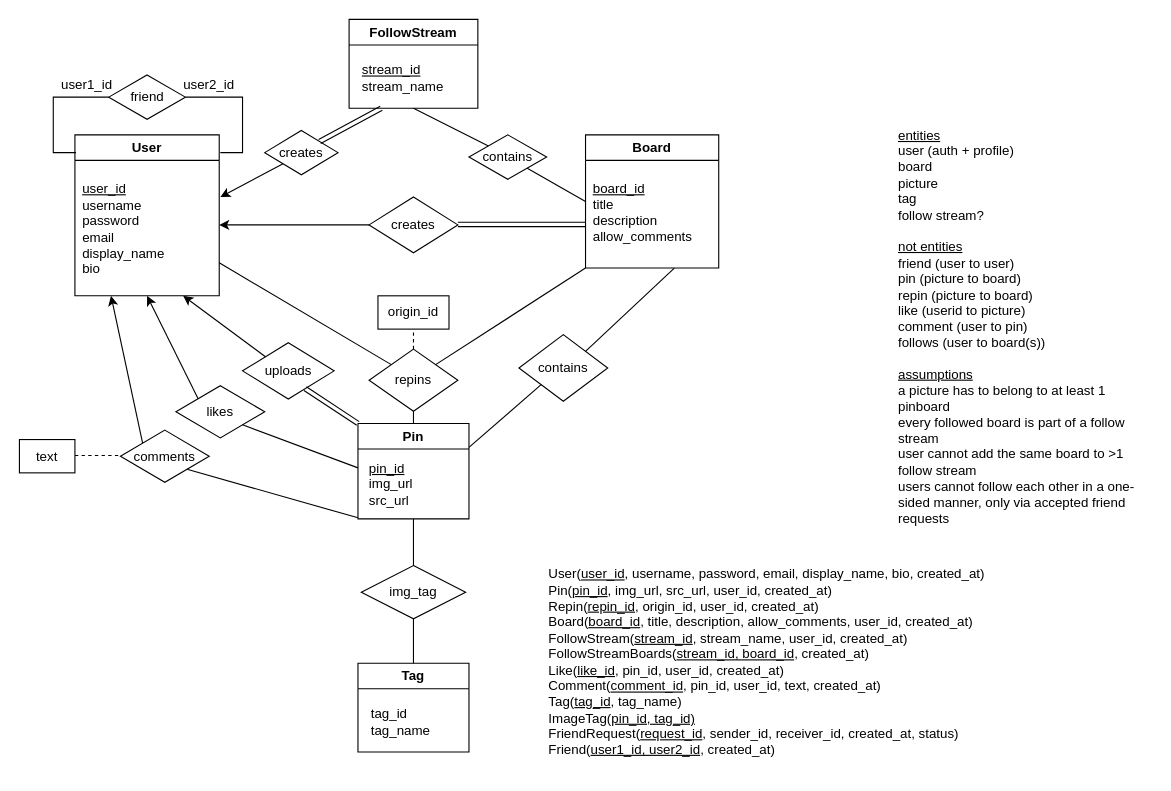
Before: finalproject-er1.drawio in cucumberpeel/drawio-diagrams, a draw.io diagram. Source tidied: cells renumbered, new cells numbered last; positions are measured from the earlier drawing's top-left corner, leaving out a move shared by most shapes. Both pictures are drawn from the tidied source at 111%, with x=0, y=0 at pixel (19, 19).
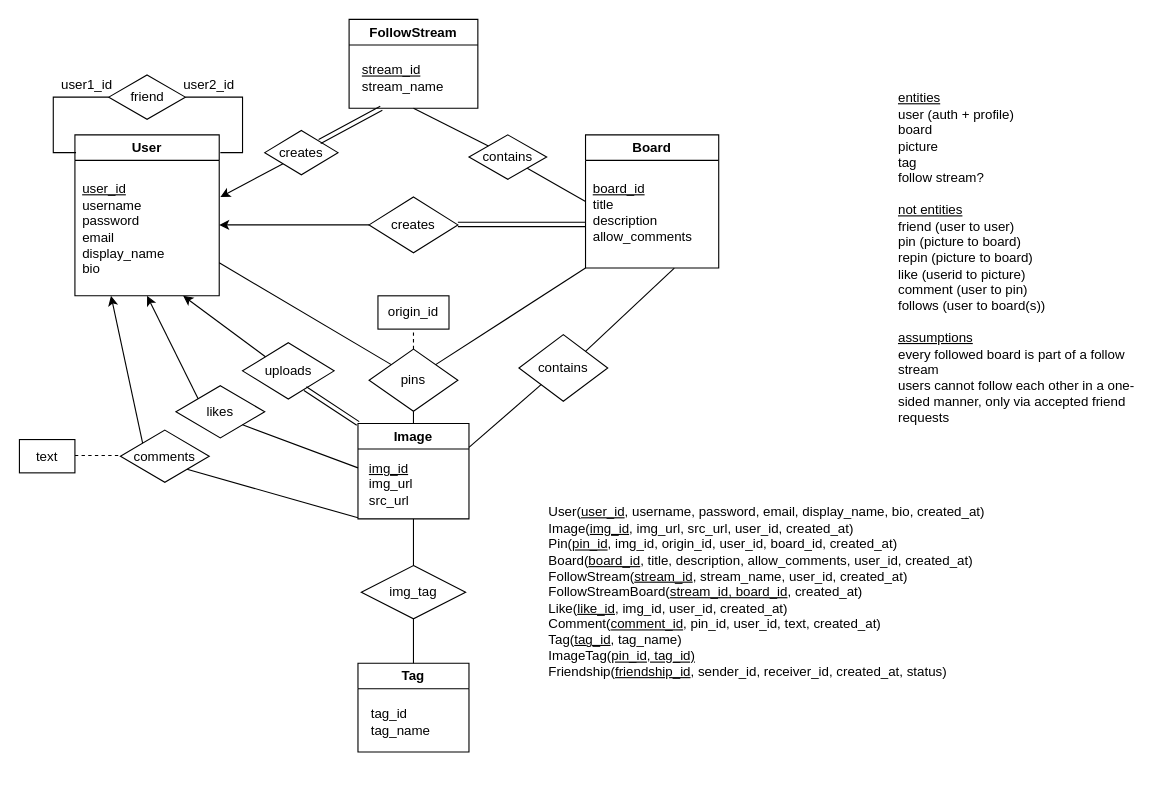
Above is the later version.

Diff of the diagram source:
```diff
@@
-    <mxCell id="6" value="&lt;div&gt;&lt;u&gt;entities&lt;/u&gt;&lt;/div&gt;user (auth + profile)&lt;div&gt;board&lt;/div&gt;&lt;div&gt;picture&lt;/div&gt;&lt;div&gt;tag&lt;/div&gt;&lt;div&gt;&lt;span style=&quot;background-color: transparent; color: light-dark(rgb(0, 0, 0), rgb(255, 255, 255));&quot;&gt;follow stream?&lt;/span&gt;&lt;/div&gt;&lt;div&gt;&lt;br&gt;&lt;/div&gt;&lt;div&gt;&lt;u&gt;not entities&lt;/u&gt;&lt;/div&gt;&lt;div&gt;friend (user to user)&lt;/div&gt;&lt;div&gt;pin (picture to board)&lt;/div&gt;&lt;div&gt;repin (picture to board)&lt;/div&gt;&lt;div&gt;&lt;div style=&quot;--tw-scale-x: 1; --tw-scale-y: 1; --tw-pan-x: ; --tw-pan-y: ; --tw-pinch-zoom: ; --tw-scroll-snap-strictness: proximity; --tw-gradient-from-position: ; --tw-gradient-via-position: ; --tw-gradient-to-position: ; --tw-ordinal: ; --tw-slashed-zero: ; --tw-numeric-figure: ; --tw-numeric-spacing: ; --tw-numeric-fraction: ; --tw-ring-inset: ; --tw-ring-offset-width: 0px; --tw-ring-offset-color: light-dark(#fff, #000000); --tw-ring-color: rgb(59 130 246 / .5); --tw-ring-offset-shadow: 0 0 #0000; --tw-ring-shadow: 0 0 #0000; --tw-shadow: 0 0 #0000; --tw-shadow-colored: 0 0 #0000; --tw-blur: ; --tw-brightness: ; --tw-contrast: ; --tw-grayscale: ; --tw-hue-rotate: ; --tw-invert: ; --tw-saturate: ; --tw-sepia: ; --tw-drop-shadow: ; --tw-backdrop-blur: ; --tw-backdrop-brightness: ; --tw-backdrop-contrast: ; --tw-backdrop-grayscale: ; --tw-backdrop-hue-rotate: ; --tw-backdrop-invert: ; --tw-backdrop-opacity: ; --tw-backdrop-saturate: ; --tw-backdrop-sepia: ;&quot;&gt;like (userid to picture)&lt;/div&gt;&lt;/div&gt;&lt;div style=&quot;--tw-scale-x: 1; --tw-scale-y: 1; --tw-pan-x: ; --tw-pan-y: ; --tw-pinch-zoom: ; --tw-scroll-snap-strictness: proximity; --tw-gradient-from-position: ; --tw-gradient-via-position: ; --tw-gradient-to-position: ; --tw-ordinal: ; --tw-slashed-zero: ; --tw-numeric-figure: ; --tw-numeric-spacing: ; --tw-numeric-fraction: ; --tw-ring-inset: ; --tw-ring-offset-width: 0px; --tw-ring-offset-color: light-dark(#fff, #000000); --tw-ring-color: rgb(59 130 246 / .5); --tw-ring-offset-shadow: 0 0 #0000; --tw-ring-shadow: 0 0 #0000; --tw-shadow: 0 0 #0000; --tw-shadow-colored: 0 0 #0000; --tw-blur: ; --tw-brightness: ; --tw-contrast: ; --tw-grayscale: ; --tw-hue-rotate: ; --tw-invert: ; --tw-saturate: ; --tw-sepia: ; --tw-drop-shadow: ; --tw-backdrop-blur: ; --tw-backdrop-brightness: ; --tw-backdrop-contrast: ; --tw-backdrop-grayscale: ; --tw-backdrop-hue-rotate: ; --tw-backdrop-invert: ; --tw-backdrop-opacity: ; --tw-backdrop-saturate: ; --tw-backdrop-sepia: ;&quot;&gt;comment (user to pin)&lt;/div&gt;&lt;div style=&quot;--tw-scale-x: 1; --tw-scale-y: 1; --tw-pan-x: ; --tw-pan-y: ; --tw-pinch-zoom: ; --tw-scroll-snap-strictness: proximity; --tw-gradient-from-position: ; --tw-gradient-via-position: ; --tw-gradient-to-position: ; --tw-ordinal: ; --tw-slashed-zero: ; --tw-numeric-figure: ; --tw-numeric-spacing: ; --tw-numeric-fraction: ; --tw-ring-inset: ; --tw-ring-offset-width: 0px; --tw-ring-offset-color: light-dark(#fff, #000000); --tw-ring-color: rgb(59 130 246 / .5); --tw-ring-offset-shadow: 0 0 #0000; --tw-ring-shadow: 0 0 #0000; --tw-shadow: 0 0 #0000; --tw-shadow-colored: 0 0 #0000; --tw-blur: ; --tw-brightness: ; --tw-contrast: ; --tw-grayscale: ; --tw-hue-rotate: ; --tw-invert: ; --tw-saturate: ; --tw-sepia: ; --tw-drop-shadow: ; --tw-backdrop-blur: ; --tw-backdrop-brightness: ; --tw-backdrop-contrast: ; --tw-backdrop-grayscale: ; --tw-backdrop-hue-rotate: ; --tw-backdrop-invert: ; --tw-backdrop-opacity: ; --tw-backdrop-saturate: ; --tw-backdrop-sepia: ;&quot;&gt;follows (user to board(s))&lt;/div&gt;&lt;div&gt;&lt;br&gt;&lt;/div&gt;&lt;div&gt;&lt;u&gt;assumptions&lt;/u&gt;&lt;br&gt;a picture has to belong to at least 1 pinboard&lt;/div&gt;&lt;div&gt;every followed board is part of a follow stream&lt;/div&gt;&lt;div&gt;user cannot add the same board to &amp;gt;1 follow stream&lt;/div&gt;&lt;div&gt;users cannot follow each other in a one-sided manner, only via accepted friend requests&lt;/div&gt;" style="text;html=1;align=left;verticalAlign=middle;whiteSpace=wrap;rounded=0;" parent="1" vertex="1">
-      <mxGeometry x="790" y="62" width="230" height="430" as="geometry" />
+    <mxCell id="6" value="&lt;div&gt;&lt;u&gt;entities&lt;/u&gt;&lt;/div&gt;user (auth + profile)&lt;div&gt;board&lt;/div&gt;&lt;div&gt;picture&lt;/div&gt;&lt;div&gt;tag&lt;/div&gt;&lt;div&gt;&lt;span style=&quot;background-color: transparent; color: light-dark(rgb(0, 0, 0), rgb(255, 255, 255));&quot;&gt;follow stream?&lt;/span&gt;&lt;/div&gt;&lt;div&gt;&lt;br&gt;&lt;/div&gt;&lt;div&gt;&lt;u&gt;not entities&lt;/u&gt;&lt;/div&gt;&lt;div&gt;friend (user to user)&lt;/div&gt;&lt;div&gt;pin (picture to board)&lt;/div&gt;&lt;div&gt;repin (picture to board)&lt;/div&gt;&lt;div&gt;&lt;div style=&quot;--tw-scale-x: 1; --tw-scale-y: 1; --tw-pan-x: ; --tw-pan-y: ; --tw-pinch-zoom: ; --tw-scroll-snap-strictness: proximity; --tw-gradient-from-position: ; --tw-gradient-via-position: ; --tw-gradient-to-position: ; --tw-ordinal: ; --tw-slashed-zero: ; --tw-numeric-figure: ; --tw-numeric-spacing: ; --tw-numeric-fraction: ; --tw-ring-inset: ; --tw-ring-offset-width: 0px; --tw-ring-offset-color: light-dark(#fff, #000000); --tw-ring-color: rgb(59 130 246 / .5); --tw-ring-offset-shadow: 0 0 #0000; --tw-ring-shadow: 0 0 #0000; --tw-shadow: 0 0 #0000; --tw-shadow-colored: 0 0 #0000; --tw-blur: ; --tw-brightness: ; --tw-contrast: ; --tw-grayscale: ; --tw-hue-rotate: ; --tw-invert: ; --tw-saturate: ; --tw-sepia: ; --tw-drop-shadow: ; --tw-backdrop-blur: ; --tw-backdrop-brightness: ; --tw-backdrop-contrast: ; --tw-backdrop-grayscale: ; --tw-backdrop-hue-rotate: ; --tw-backdrop-invert: ; --tw-backdrop-opacity: ; --tw-backdrop-saturate: ; --tw-backdrop-sepia: ;&quot;&gt;like (userid to picture)&lt;/div&gt;&lt;/div&gt;&lt;div style=&quot;--tw-scale-x: 1; --tw-scale-y: 1; --tw-pan-x: ; --tw-pan-y: ; --tw-pinch-zoom: ; --tw-scroll-snap-strictness: proximity; --tw-gradient-from-position: ; --tw-gradient-via-position: ; --tw-gradient-to-position: ; --tw-ordinal: ; --tw-slashed-zero: ; --tw-numeric-figure: ; --tw-numeric-spacing: ; --tw-numeric-fraction: ; --tw-ring-inset: ; --tw-ring-offset-width: 0px; --tw-ring-offset-color: light-dark(#fff, #000000); --tw-ring-color: rgb(59 130 246 / .5); --tw-ring-offset-shadow: 0 0 #0000; --tw-ring-shadow: 0 0 #0000; --tw-shadow: 0 0 #0000; --tw-shadow-colored: 0 0 #0000; --tw-blur: ; --tw-brightness: ; --tw-contrast: ; --tw-grayscale: ; --tw-hue-rotate: ; --tw-invert: ; --tw-saturate: ; --tw-sepia: ; --tw-drop-shadow: ; --tw-backdrop-blur: ; --tw-backdrop-brightness: ; --tw-backdrop-contrast: ; --tw-backdrop-grayscale: ; --tw-backdrop-hue-rotate: ; --tw-backdrop-invert: ; --tw-backdrop-opacity: ; --tw-backdrop-saturate: ; --tw-backdrop-sepia: ;&quot;&gt;comment (user to pin)&lt;/div&gt;&lt;div style=&quot;--tw-scale-x: 1; --tw-scale-y: 1; --tw-pan-x: ; --tw-pan-y: ; --tw-pinch-zoom: ; --tw-scroll-snap-strictness: proximity; --tw-gradient-from-position: ; --tw-gradient-via-position: ; --tw-gradient-to-position: ; --tw-ordinal: ; --tw-slashed-zero: ; --tw-numeric-figure: ; --tw-numeric-spacing: ; --tw-numeric-fraction: ; --tw-ring-inset: ; --tw-ring-offset-width: 0px; --tw-ring-offset-color: light-dark(#fff, #000000); --tw-ring-color: rgb(59 130 246 / .5); --tw-ring-offset-shadow: 0 0 #0000; --tw-ring-shadow: 0 0 #0000; --tw-shadow: 0 0 #0000; --tw-shadow-colored: 0 0 #0000; --tw-blur: ; --tw-brightness: ; --tw-contrast: ; --tw-grayscale: ; --tw-hue-rotate: ; --tw-invert: ; --tw-saturate: ; --tw-sepia: ; --tw-drop-shadow: ; --tw-backdrop-blur: ; --tw-backdrop-brightness: ; --tw-backdrop-contrast: ; --tw-backdrop-grayscale: ; --tw-backdrop-hue-rotate: ; --tw-backdrop-invert: ; --tw-backdrop-opacity: ; --tw-backdrop-saturate: ; --tw-backdrop-sepia: ;&quot;&gt;follows (user to board(s))&lt;/div&gt;&lt;div&gt;&lt;br&gt;&lt;/div&gt;&lt;div&gt;&lt;u&gt;assumptions&lt;/u&gt;&lt;br&gt;&lt;/div&gt;&lt;div&gt;every followed board is part of a follow stream&lt;/div&gt;&lt;div&gt;users cannot follow each other in a one-sided manner, only via accepted friend requests&lt;/div&gt;" style="text;html=1;align=left;verticalAlign=middle;whiteSpace=wrap;rounded=0;" parent="1" vertex="1">
+      <mxGeometry x="790" width="230" height="430" as="geometry" />
     </mxCell>
-    <mxCell id="7" value="Pin" style="swimlane;whiteSpace=wrap;html=1;" parent="1" vertex="1">
+    <mxCell id="7" value="Image" style="swimlane;whiteSpace=wrap;html=1;" parent="1" vertex="1">
       <mxGeometry x="305" y="364" width="100" height="86" as="geometry" />
     </mxCell>
-    <mxCell id="8" value="&lt;div style=&quot;text-align: left;&quot;&gt;&lt;u&gt;pin_id&lt;/u&gt;&lt;/div&gt;&lt;div style=&quot;text-align: left;&quot;&gt;img_url&lt;/div&gt;&lt;div style=&quot;text-align: left;&quot;&gt;src_url&lt;/div&gt;" style="text;html=1;align=center;verticalAlign=middle;whiteSpace=wrap;rounded=0;" parent="7" vertex="1">
+    <mxCell id="8" value="&lt;div style=&quot;text-align: left;&quot;&gt;&lt;u&gt;img_id&lt;/u&gt;&lt;/div&gt;&lt;div style=&quot;text-align: left;&quot;&gt;img_url&lt;/div&gt;&lt;div style=&quot;text-align: left;&quot;&gt;src_url&lt;/div&gt;" style="text;html=1;align=center;verticalAlign=middle;whiteSpace=wrap;rounded=0;" parent="7" vertex="1">
       <mxGeometry y="25" width="60" height="60" as="geometry" />
     </mxCell>
@@
-    <mxCell id="26" value="repins" style="rhombus;whiteSpace=wrap;html=1;" parent="1" vertex="1">
+    <mxCell id="26" value="pins" style="rhombus;whiteSpace=wrap;html=1;" parent="1" vertex="1">
       <mxGeometry x="315" y="297" width="80" height="56" as="geometry" />
     </mxCell>
@@
-    <mxCell id="48" value="User(&lt;u&gt;user_id&lt;/u&gt;, username, password, email, display_name, bio, created_at)&lt;div&gt;Pin(&lt;u&gt;pin_id&lt;/u&gt;, img_url, src_url, user_id, created_at)&lt;/div&gt;&lt;div&gt;Repin(&lt;u&gt;repin_id&lt;/u&gt;, origin_id, user_id, created_at)&lt;/div&gt;&lt;div&gt;Board(&lt;u&gt;board_id&lt;/u&gt;, title, description, allow_comments, user_id, created_at)&lt;/div&gt;&lt;div&gt;FollowStream(&lt;u&gt;stream_id&lt;/u&gt;, stream_name, user_id, created_at)&lt;/div&gt;&lt;div&gt;FollowStreamBoards(&lt;u&gt;stream_id, board_id&lt;/u&gt;, created_at)&lt;/div&gt;&lt;div&gt;Like(&lt;u&gt;like_id&lt;/u&gt;, pin_id, user_id, created_at)&lt;/div&gt;&lt;div&gt;Comment(&lt;u&gt;comment_id&lt;/u&gt;, pin_id, user_id, text, created_at)&lt;/div&gt;&lt;div&gt;Tag(&lt;u&gt;tag_id&lt;/u&gt;, tag_name)&lt;/div&gt;&lt;div&gt;ImageTag(&lt;u&gt;pin_id, tag_id)&lt;/u&gt;&lt;/div&gt;&lt;div&gt;FriendRequest(&lt;u&gt;request_id&lt;/u&gt;, sender_id, receiver_id, created_at, status)&lt;/div&gt;&lt;div&gt;Friend(&lt;u&gt;user1_id, user2_id&lt;/u&gt;, created_at)&lt;/div&gt;" style="text;html=1;align=left;verticalAlign=middle;whiteSpace=wrap;rounded=0;" parent="1" vertex="1">
-      <mxGeometry x="475" y="480" width="501" height="198" as="geometry" />
+    <mxCell id="48" value="User(&lt;u&gt;user_id&lt;/u&gt;, username, password, email, display_name, bio, created_at)&lt;div&gt;Image(&lt;u&gt;img_id&lt;/u&gt;, img_url, src_url, user_id, created_at)&lt;br&gt;&lt;div&gt;Pin(&lt;u&gt;pin_id&lt;/u&gt;, img_id, origin_id, user_id, board_id, created_at)&lt;/div&gt;&lt;div&gt;&lt;span style=&quot;background-color: transparent; color: light-dark(rgb(0, 0, 0), rgb(255, 255, 255));&quot;&gt;Board(&lt;/span&gt;&lt;u style=&quot;background-color: transparent; color: light-dark(rgb(0, 0, 0), rgb(255, 255, 255));&quot;&gt;board_id&lt;/u&gt;&lt;span style=&quot;background-color: transparent; color: light-dark(rgb(0, 0, 0), rgb(255, 255, 255));&quot;&gt;, title, description, allow_comments, user_id, created_at)&lt;/span&gt;&lt;/div&gt;&lt;div&gt;&lt;span style=&quot;background-color: transparent; color: light-dark(rgb(0, 0, 0), rgb(255, 255, 255));&quot;&gt;FollowStream(&lt;/span&gt;&lt;u style=&quot;background-color: transparent; color: light-dark(rgb(0, 0, 0), rgb(255, 255, 255));&quot;&gt;stream_id&lt;/u&gt;&lt;span style=&quot;background-color: transparent; color: light-dark(rgb(0, 0, 0), rgb(255, 255, 255));&quot;&gt;, stream_name, user_id, created_at)&lt;/span&gt;&lt;/div&gt;&lt;div&gt;FollowStreamBoard(&lt;u&gt;stream_id, board_id&lt;/u&gt;, created_at)&lt;/div&gt;&lt;div&gt;Like(&lt;u&gt;like_id&lt;/u&gt;, img_id, user_id, created_at)&lt;/div&gt;&lt;div&gt;Comment(&lt;u&gt;comment_id&lt;/u&gt;, pin_id, user_id, text, created_at)&lt;/div&gt;&lt;div&gt;Tag(&lt;u&gt;tag_id&lt;/u&gt;, tag_name)&lt;/div&gt;&lt;div&gt;ImageTag(&lt;u&gt;pin_id, tag_id)&lt;/u&gt;&lt;/div&gt;&lt;div&gt;Friendship(&lt;u&gt;friendship_id&lt;/u&gt;, sender_id, receiver_id, created_at, status)&lt;/div&gt;&lt;/div&gt;" style="text;html=1;align=left;verticalAlign=middle;whiteSpace=wrap;rounded=0;" parent="1" vertex="1">
+      <mxGeometry x="475" y="417" width="501" height="198" as="geometry" />
     </mxCell>
```
